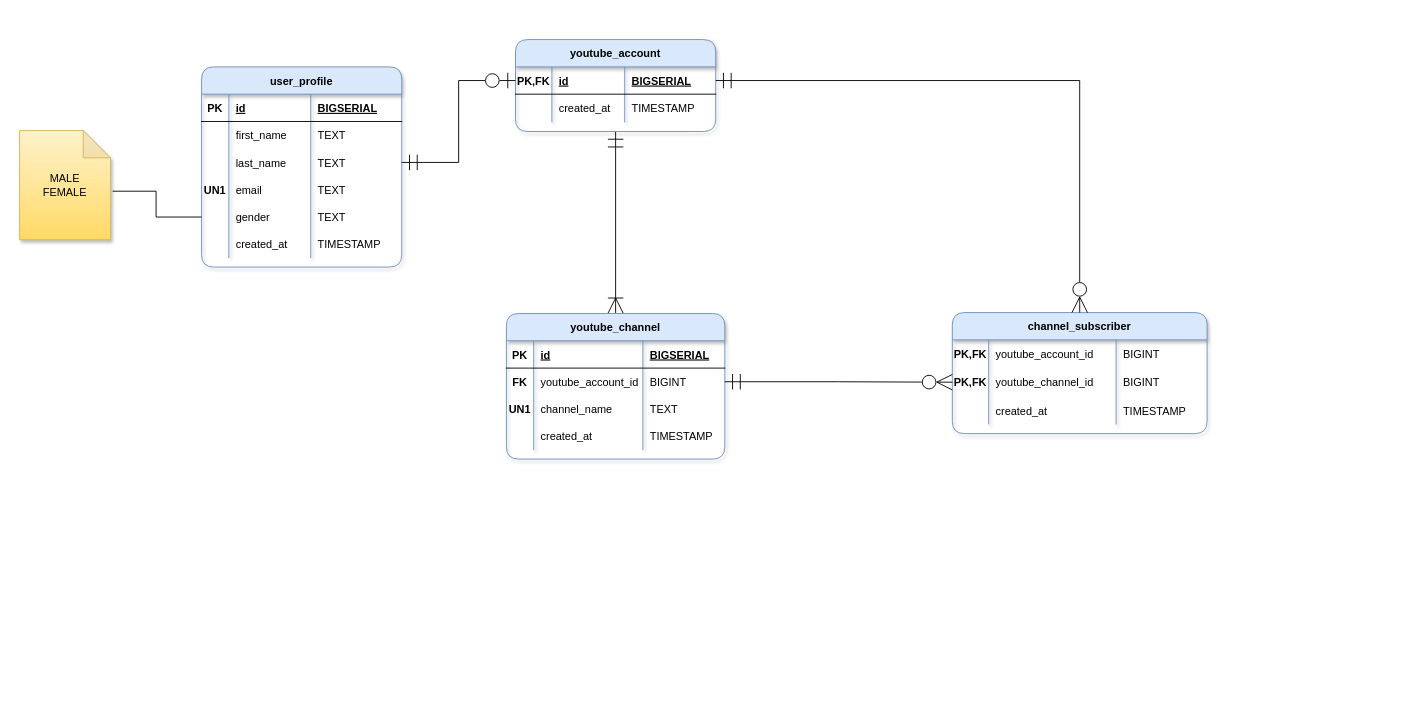
Earlier version of the draw.io diagram page "ERD" (3 of 3) of ERD/Youtube Database Design.drawio (osman-software-engineer/sql-project-3). Source tidied: cells renumbered, new cells numbered last; positions are measured from the earlier drawing's top-left corner, leaving out a move shared by most shapes. Both pictures are drawn from the tidied source at 91%, with x=0, y=0 at pixel (19, 39).
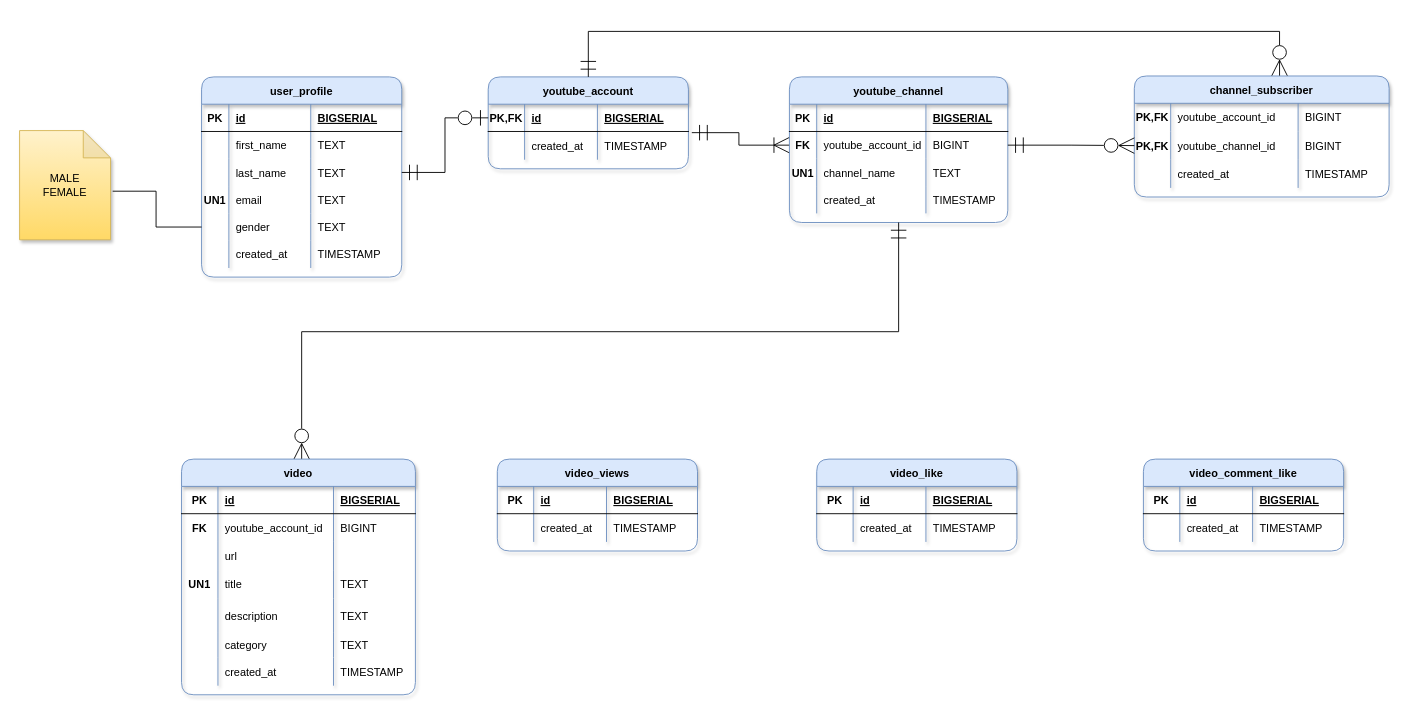
The same page after the edit.

Unchanged cells that the change refers to:
```xml
<mxCell id="32" style="shape=tableRow;horizontal=0;startSize=0;swimlaneHead=0;swimlaneBody=0;fillColor=none;points=[[0,0.5],[1,0.5]];portConstraint=eastwest;top=0;left=0;right=0;bottom=1;" parent="31" vertex="1">
  <mxGeometry y="30" width="220" height="30" as="geometry" />
</mxCell>
<mxCell id="36" style="shape=tableRow;horizontal=0;startSize=0;swimlaneHead=0;swimlaneBody=0;fillColor=none;points=[[0,0.5],[1,0.5]];portConstraint=eastwest;top=0;left=0;right=0;bottom=0;" parent="31" vertex="1">
  <mxGeometry y="60" width="220" height="31" as="geometry" />
</mxCell>
<mxCell id="45" style="shape=tableRow;horizontal=0;startSize=0;swimlaneHead=0;swimlaneBody=0;fillColor=none;points=[[0,0.5],[1,0.5]];portConstraint=eastwest;top=0;left=0;right=0;bottom=0;" parent="40" vertex="1">
  <mxGeometry y="60" width="240" height="30" as="geometry" />
</mxCell>
<mxCell id="63" style="shape=tableRow;horizontal=0;startSize=0;swimlaneHead=0;swimlaneBody=0;fillColor=none;points=[[0,0.5],[1,0.5]];portConstraint=eastwest;top=0;left=0;right=0;bottom=0;" parent="58" vertex="1">
  <mxGeometry y="61" width="280" height="31" as="geometry" />
</mxCell>
```

What changed in the source:
```diff
@@
     <mxCell id="3" value="user_profile" style="shape=table;startSize=30;childLayout=tableLayout;rowLines=0;fontStyle=1;align=center;rounded=1;swimlaneLine=1;fillColor=#dae8fc;strokeColor=#6c8ebf;shadow=1;sketch=0;" parent="1" vertex="1">
-      <mxGeometry x="200" y="30" width="220" height="220" as="geometry" />
+      <mxGeometry x="200" y="41" width="220" height="220" as="geometry" />
     </mxCell>
@@
-    <mxCell id="30" style="edgeStyle=orthogonalEdgeStyle;rounded=0;jettySize=auto;html=1;exitX=0.5;exitY=1;exitDx=0;exitDy=0;endArrow=ERoneToMany;endFill=0;endSize=15;startArrow=ERmandOne;startFill=0;startSize=15;entryX=0.5;entryY=0;entryDx=0;entryDy=0;" parent="1" edge="1" source="31" target="40">
+    <mxCell id="30" style="edgeStyle=orthogonalEdgeStyle;rounded=0;jettySize=auto;html=1;exitX=1.017;exitY=0.041;exitDx=0;exitDy=0;endArrow=ERoneToMany;endFill=0;endSize=15;startArrow=ERmandOne;startFill=0;startSize=15;entryX=0;entryY=0.5;entryDx=0;entryDy=0;exitPerimeter=0;" parent="1" edge="1" source="36" target="45">
       <mxGeometry relative="1" as="geometry" />
     </mxCell>
     <mxCell id="31" value="youtube_account" style="shape=table;startSize=30;childLayout=tableLayout;rowLines=0;fontStyle=1;align=center;rounded=1;swimlaneLine=1;fillColor=#dae8fc;strokeColor=#6c8ebf;shadow=1;sketch=0;" parent="1" vertex="1">
-      <mxGeometry x="545" width="220" height="101" as="geometry" />
+      <mxGeometry x="515" y="41" width="220" height="101" as="geometry" />
     </mxCell>
@@
     <mxCell id="40" value="youtube_channel" style="shape=table;startSize=30;childLayout=tableLayout;rowLines=0;fontStyle=1;align=center;rounded=1;swimlaneLine=1;fillColor=#dae8fc;strokeColor=#6c8ebf;shadow=1;sketch=0;" parent="1" vertex="1">
-      <mxGeometry x="535" y="301" width="240" height="160" as="geometry" />
+      <mxGeometry x="846" y="41" width="240" height="160" as="geometry" />
     </mxCell>
@@
     <mxCell id="58" value="channel_subscriber" style="shape=table;startSize=30;childLayout=tableLayout;rowLines=0;fontStyle=1;align=center;rounded=1;swimlaneLine=1;fillColor=#dae8fc;strokeColor=#6c8ebf;shadow=1;sketch=0;" parent="1" vertex="1">
-      <mxGeometry x="1025" y="300" width="280" height="133" as="geometry" />
+      <mxGeometry x="1225" y="40" width="280" height="133" as="geometry" />
     </mxCell>
@@
-    <mxCell id="71" style="edgeStyle=orthogonalEdgeStyle;rounded=0;jettySize=auto;html=1;strokeWidth=1;startArrow=ERmandOne;startFill=0;endArrow=ERzeroToMany;endFill=0;endSize=15;startSize=15;" parent="1" edge="1" source="32" target="58">
-      <mxGeometry relative="1" as="geometry" />
+    <mxCell id="71" style="edgeStyle=orthogonalEdgeStyle;rounded=0;jettySize=auto;html=1;strokeWidth=1;startArrow=ERmandOne;startFill=0;endArrow=ERzeroToMany;endFill=0;endSize=15;startSize=15;entryX=0.57;entryY=-0.003;entryDx=0;entryDy=0;entryPerimeter=0;" parent="1" edge="1" target="58">
+      <mxGeometry relative="1" as="geometry">
+        <mxPoint x="625" y="41" as="sourcePoint" />
+        <Array as="points">
+          <mxPoint x="625" y="-9" />
+          <mxPoint x="1385" y="-9" />
+        </Array>
+      </mxGeometry>
     </mxCell>
-    <mxCell id="72" style="edgeStyle=orthogonalEdgeStyle;rounded=0;jettySize=auto;html=1;strokeWidth=1;startArrow=ERmandOne;startFill=0;endArrow=ERzeroToMany;endFill=0;endSize=15;startSize=15;" parent="1" edge="1" source="45" target="63">
+    <mxCell id="72" style="edgeStyle=orthogonalEdgeStyle;rounded=0;jettySize=auto;html=1;strokeWidth=1;startArrow=ERmandOne;startFill=0;endArrow=ERzeroToMany;endFill=0;endSize=15;startSize=15;entryX=0;entryY=0.5;entryDx=0;entryDy=0;exitX=1;exitY=0.5;exitDx=0;exitDy=0;" parent="1" edge="1" source="45" target="63">
       <mxGeometry relative="1" as="geometry" />
     </mxCell>
+    <mxCell id="73" style="edgeStyle=orthogonalEdgeStyle;rounded=0;jettySize=auto;html=1;entryX=0.5;entryY=1;entryDx=0;entryDy=0;endArrow=ERmandOne;endFill=0;startArrow=ERzeroToMany;startFill=0;endSize=15;startSize=15;" parent="1" edge="1" source="74" target="40">
+      <mxGeometry relative="1" as="geometry">
+        <Array as="points">
+          <mxPoint x="310" y="321" />
+          <mxPoint x="966" y="321" />
+        </Array>
+      </mxGeometry>
+    </mxCell>
+    <mxCell id="74" value="video" style="shape=table;startSize=30;childLayout=tableLayout;rowLines=0;fontStyle=1;align=center;rounded=1;swimlaneLine=1;fillColor=#dae8fc;strokeColor=#6c8ebf;shadow=1;sketch=0;" parent="1" vertex="1">
+      <mxGeometry x="178" y="461" width="257" height="259" as="geometry" />
+    </mxCell>
+    <mxCell id="75" style="shape=tableRow;horizontal=0;startSize=0;swimlaneHead=0;swimlaneBody=0;fillColor=none;top=0;left=0;right=0;bottom=1;" parent="74" vertex="1">
+      <mxGeometry y="30" width="257" height="30" as="geometry" />
+    </mxCell>
+    <mxCell id="76" value="PK" style="shape=partialRectangle;fillColor=none;top=0;left=0;bottom=0;right=0;fontStyle=1;overflow=hidden;" parent="75" vertex="1">
+      <mxGeometry width="40" height="30" as="geometry" />
+    </mxCell>
+    <mxCell id="77" value="id" style="shape=partialRectangle;fillColor=none;top=0;left=0;bottom=0;right=0;align=left;spacingLeft=6;fontStyle=5;overflow=hidden;" parent="75" vertex="1">
+      <mxGeometry x="40" width="127" height="30" as="geometry" />
+    </mxCell>
+    <mxCell id="78" value="BIGSERIAL" style="shape=partialRectangle;fillColor=none;top=0;left=0;bottom=0;right=0;align=left;spacingLeft=6;fontStyle=5;overflow=hidden;" parent="75" vertex="1">
+      <mxGeometry x="167" width="90" height="30" as="geometry" />
+    </mxCell>
+    <mxCell id="79" style="shape=tableRow;horizontal=0;startSize=0;swimlaneHead=0;swimlaneBody=0;fillColor=none;top=0;left=0;right=0;bottom=0;" parent="74" vertex="1">
+      <mxGeometry y="60" width="257" height="31" as="geometry" />
+    </mxCell>
+    <mxCell id="80" value="FK" style="shape=partialRectangle;fillColor=none;top=0;left=0;bottom=0;right=0;overflow=hidden;fontStyle=1;" parent="79" vertex="1">
+      <mxGeometry width="40" height="31" as="geometry" />
+    </mxCell>
+    <mxCell id="81" value="youtube_account_id" style="shape=partialRectangle;fillColor=none;top=0;left=0;bottom=0;right=0;align=left;spacingLeft=6;overflow=hidden;" parent="79" vertex="1">
+      <mxGeometry x="40" width="127" height="31" as="geometry" />
+    </mxCell>
+    <mxCell id="82" value="BIGINT" style="shape=partialRectangle;fillColor=none;top=0;left=0;bottom=0;right=0;align=left;spacingLeft=6;overflow=hidden;" parent="79" vertex="1">
+      <mxGeometry x="167" width="90" height="31" as="geometry" />
+    </mxCell>
+    <mxCell id="83" style="shape=tableRow;horizontal=0;startSize=0;swimlaneHead=0;swimlaneBody=0;fillColor=none;top=0;left=0;right=0;bottom=0;" parent="74" vertex="1">
+      <mxGeometry y="91" width="257" height="31" as="geometry" />
+    </mxCell>
+    <mxCell id="84" style="shape=partialRectangle;fillColor=none;top=0;left=0;bottom=0;right=0;overflow=hidden;fontStyle=1;" parent="83" vertex="1">
+      <mxGeometry width="40" height="31" as="geometry" />
+    </mxCell>
+    <mxCell id="85" value="url" style="shape=partialRectangle;fillColor=none;top=0;left=0;bottom=0;right=0;align=left;spacingLeft=6;overflow=hidden;" parent="83" vertex="1">
+      <mxGeometry x="40" width="127" height="31" as="geometry" />
+    </mxCell>
+    <mxCell id="86" style="shape=partialRectangle;fillColor=none;top=0;left=0;bottom=0;right=0;align=left;spacingLeft=6;overflow=hidden;" parent="83" vertex="1">
+      <mxGeometry x="167" width="90" height="31" as="geometry" />
+    </mxCell>
+    <mxCell id="87" style="shape=tableRow;horizontal=0;startSize=0;swimlaneHead=0;swimlaneBody=0;fillColor=none;top=0;left=0;right=0;bottom=0;" parent="74" vertex="1">
+      <mxGeometry y="122" width="257" height="31" as="geometry" />
+    </mxCell>
+    <mxCell id="88" value="UN1" style="shape=partialRectangle;fillColor=none;top=0;left=0;bottom=0;right=0;overflow=hidden;fontStyle=1;" parent="87" vertex="1">
+      <mxGeometry width="40" height="31" as="geometry" />
+    </mxCell>
+    <mxCell id="89" value="title" style="shape=partialRectangle;fillColor=none;top=0;left=0;bottom=0;right=0;align=left;spacingLeft=6;overflow=hidden;" parent="87" vertex="1">
+      <mxGeometry x="40" width="127" height="31" as="geometry" />
+    </mxCell>
+    <mxCell id="90" value="TEXT" style="shape=partialRectangle;fillColor=none;top=0;left=0;bottom=0;right=0;align=left;spacingLeft=6;overflow=hidden;" parent="87" vertex="1">
+      <mxGeometry x="167" width="90" height="31" as="geometry" />
+    </mxCell>
+    <mxCell id="91" style="shape=tableRow;horizontal=0;startSize=0;swimlaneHead=0;swimlaneBody=0;fillColor=none;top=0;left=0;right=0;bottom=0;" parent="74" vertex="1">
+      <mxGeometry y="153" width="257" height="38" as="geometry" />
+    </mxCell>
+    <mxCell id="92" style="shape=partialRectangle;fillColor=none;top=0;left=0;bottom=0;right=0;overflow=hidden;" parent="91" vertex="1">
+      <mxGeometry width="40" height="38" as="geometry" />
+    </mxCell>
+    <mxCell id="93" value="description" style="shape=partialRectangle;fillColor=none;top=0;left=0;bottom=0;right=0;align=left;spacingLeft=6;overflow=hidden;" parent="91" vertex="1">
+      <mxGeometry x="40" width="127" height="38" as="geometry" />
+    </mxCell>
+    <mxCell id="94" value="TEXT" style="shape=partialRectangle;fillColor=none;top=0;left=0;bottom=0;right=0;align=left;spacingLeft=6;overflow=hidden;" parent="91" vertex="1">
+      <mxGeometry x="167" width="90" height="38" as="geometry" />
+    </mxCell>
+    <mxCell id="95" style="shape=tableRow;horizontal=0;startSize=0;swimlaneHead=0;swimlaneBody=0;fillColor=none;top=0;left=0;right=0;bottom=0;" parent="74" vertex="1">
+      <mxGeometry y="191" width="257" height="27" as="geometry" />
+    </mxCell>
+    <mxCell id="96" style="shape=partialRectangle;fillColor=none;top=0;left=0;bottom=0;right=0;overflow=hidden;" parent="95" vertex="1">
+      <mxGeometry width="40" height="27" as="geometry" />
+    </mxCell>
+    <mxCell id="97" value="category" style="shape=partialRectangle;fillColor=none;top=0;left=0;bottom=0;right=0;align=left;spacingLeft=6;overflow=hidden;" parent="95" vertex="1">
+      <mxGeometry x="40" width="127" height="27" as="geometry" />
+    </mxCell>
+    <mxCell id="98" value="TEXT" style="shape=partialRectangle;fillColor=none;top=0;left=0;bottom=0;right=0;align=left;spacingLeft=6;overflow=hidden;" parent="95" vertex="1">
+      <mxGeometry x="167" width="90" height="27" as="geometry" />
+    </mxCell>
+    <mxCell id="99" style="shape=tableRow;horizontal=0;startSize=0;swimlaneHead=0;swimlaneBody=0;fillColor=none;top=0;left=0;right=0;bottom=0;" parent="74" vertex="1">
+      <mxGeometry y="218" width="257" height="31" as="geometry" />
+    </mxCell>
+    <mxCell id="100" style="shape=partialRectangle;fillColor=none;top=0;left=0;bottom=0;right=0;overflow=hidden;" parent="99" vertex="1">
+      <mxGeometry width="40" height="31" as="geometry" />
+    </mxCell>
+    <mxCell id="101" value="created_at" style="shape=partialRectangle;fillColor=none;top=0;left=0;bottom=0;right=0;align=left;spacingLeft=6;overflow=hidden;" parent="99" vertex="1">
+      <mxGeometry x="40" width="127" height="31" as="geometry" />
+    </mxCell>
+    <mxCell id="102" value="TIMESTAMP" style="shape=partialRectangle;fillColor=none;top=0;left=0;bottom=0;right=0;align=left;spacingLeft=6;overflow=hidden;" parent="99" vertex="1">
+      <mxGeometry x="167" width="90" height="31" as="geometry" />
+    </mxCell>
+    <mxCell id="103" value="video_views" style="shape=table;startSize=30;childLayout=tableLayout;rowLines=0;fontStyle=1;align=center;rounded=1;swimlaneLine=1;fillColor=#dae8fc;strokeColor=#6c8ebf;shadow=1;sketch=0;" parent="1" vertex="1">
+      <mxGeometry x="525" y="461" width="220" height="101" as="geometry" />
+    </mxCell>
+    <mxCell id="104" style="shape=tableRow;horizontal=0;startSize=0;swimlaneHead=0;swimlaneBody=0;fillColor=none;top=0;left=0;right=0;bottom=1;" parent="103" vertex="1">
+      <mxGeometry y="30" width="220" height="30" as="geometry" />
+    </mxCell>
+    <mxCell id="105" value="PK" style="shape=partialRectangle;fillColor=none;top=0;left=0;bottom=0;right=0;fontStyle=1;overflow=hidden;" parent="104" vertex="1">
+      <mxGeometry width="40" height="30" as="geometry" />
+    </mxCell>
+    <mxCell id="106" value="id" style="shape=partialRectangle;fillColor=none;top=0;left=0;bottom=0;right=0;align=left;spacingLeft=6;fontStyle=5;overflow=hidden;" parent="104" vertex="1">
+      <mxGeometry x="40" width="80" height="30" as="geometry" />
+    </mxCell>
+    <mxCell id="107" value="BIGSERIAL" style="shape=partialRectangle;fillColor=none;top=0;left=0;bottom=0;right=0;align=left;spacingLeft=6;fontStyle=5;overflow=hidden;" parent="104" vertex="1">
+      <mxGeometry x="120" width="100" height="30" as="geometry" />
+    </mxCell>
+    <mxCell id="108" style="shape=tableRow;horizontal=0;startSize=0;swimlaneHead=0;swimlaneBody=0;fillColor=none;top=0;left=0;right=0;bottom=0;" parent="103" vertex="1">
+      <mxGeometry y="60" width="220" height="31" as="geometry" />
+    </mxCell>
+    <mxCell id="109" style="shape=partialRectangle;fillColor=none;top=0;left=0;bottom=0;right=0;overflow=hidden;" parent="108" vertex="1">
+      <mxGeometry width="40" height="31" as="geometry" />
+    </mxCell>
+    <mxCell id="110" value="created_at" style="shape=partialRectangle;fillColor=none;top=0;left=0;bottom=0;right=0;align=left;spacingLeft=6;overflow=hidden;" parent="108" vertex="1">
+      <mxGeometry x="40" width="80" height="31" as="geometry" />
+    </mxCell>
+    <mxCell id="111" value="TIMESTAMP" style="shape=partialRectangle;fillColor=none;top=0;left=0;bottom=0;right=0;align=left;spacingLeft=6;overflow=hidden;" parent="108" vertex="1">
+      <mxGeometry x="120" width="100" height="31" as="geometry" />
+    </mxCell>
+    <mxCell id="112" value="video_like" style="shape=table;startSize=30;childLayout=tableLayout;rowLines=0;fontStyle=1;align=center;rounded=1;swimlaneLine=1;fillColor=#dae8fc;strokeColor=#6c8ebf;shadow=1;sketch=0;" parent="1" vertex="1">
+      <mxGeometry x="876" y="461" width="220" height="101" as="geometry" />
+    </mxCell>
+    <mxCell id="113" style="shape=tableRow;horizontal=0;startSize=0;swimlaneHead=0;swimlaneBody=0;fillColor=none;top=0;left=0;right=0;bottom=1;" parent="112" vertex="1">
+      <mxGeometry y="30" width="220" height="30" as="geometry" />
+    </mxCell>
+    <mxCell id="114" value="PK" style="shape=partialRectangle;fillColor=none;top=0;left=0;bottom=0;right=0;fontStyle=1;overflow=hidden;" parent="113" vertex="1">
+      <mxGeometry width="40" height="30" as="geometry" />
+    </mxCell>
+    <mxCell id="115" value="id" style="shape=partialRectangle;fillColor=none;top=0;left=0;bottom=0;right=0;align=left;spacingLeft=6;fontStyle=5;overflow=hidden;" parent="113" vertex="1">
+      <mxGeometry x="40" width="80" height="30" as="geometry" />
+    </mxCell>
+    <mxCell id="116" value="BIGSERIAL" style="shape=partialRectangle;fillColor=none;top=0;left=0;bottom=0;right=0;align=left;spacingLeft=6;fontStyle=5;overflow=hidden;" parent="113" vertex="1">
+      <mxGeometry x="120" width="100" height="30" as="geometry" />
+    </mxCell>
+    <mxCell id="117" style="shape=tableRow;horizontal=0;startSize=0;swimlaneHead=0;swimlaneBody=0;fillColor=none;top=0;left=0;right=0;bottom=0;" parent="112" vertex="1">
+      <mxGeometry y="60" width="220" height="31" as="geometry" />
+    </mxCell>
+    <mxCell id="118" style="shape=partialRectangle;fillColor=none;top=0;left=0;bottom=0;right=0;overflow=hidden;" parent="117" vertex="1">
+      <mxGeometry width="40" height="31" as="geometry" />
+    </mxCell>
+    <mxCell id="119" value="created_at" style="shape=partialRectangle;fillColor=none;top=0;left=0;bottom=0;right=0;align=left;spacingLeft=6;overflow=hidden;" parent="117" vertex="1">
+      <mxGeometry x="40" width="80" height="31" as="geometry" />
+    </mxCell>
+    <mxCell id="120" value="TIMESTAMP" style="shape=partialRectangle;fillColor=none;top=0;left=0;bottom=0;right=0;align=left;spacingLeft=6;overflow=hidden;" parent="117" vertex="1">
+      <mxGeometry x="120" width="100" height="31" as="geometry" />
+    </mxCell>
+    <mxCell id="121" value="video_comment_like" style="shape=table;startSize=30;childLayout=tableLayout;rowLines=0;fontStyle=1;align=center;rounded=1;swimlaneLine=1;fillColor=#dae8fc;strokeColor=#6c8ebf;shadow=1;sketch=0;" parent="1" vertex="1">
+      <mxGeometry x="1235" y="461" width="220" height="101" as="geometry" />
+    </mxCell>
+    <mxCell id="122" style="shape=tableRow;horizontal=0;startSize=0;swimlaneHead=0;swimlaneBody=0;fillColor=none;top=0;left=0;right=0;bottom=1;" parent="121" vertex="1">
+      <mxGeometry y="30" width="220" height="30" as="geometry" />
+    </mxCell>
+    <mxCell id="123" value="PK" style="shape=partialRectangle;fillColor=none;top=0;left=0;bottom=0;right=0;fontStyle=1;overflow=hidden;" parent="122" vertex="1">
+      <mxGeometry width="40" height="30" as="geometry" />
+    </mxCell>
+    <mxCell id="124" value="id" style="shape=partialRectangle;fillColor=none;top=0;left=0;bottom=0;right=0;align=left;spacingLeft=6;fontStyle=5;overflow=hidden;" parent="122" vertex="1">
+      <mxGeometry x="40" width="80" height="30" as="geometry" />
+    </mxCell>
+    <mxCell id="125" value="BIGSERIAL" style="shape=partialRectangle;fillColor=none;top=0;left=0;bottom=0;right=0;align=left;spacingLeft=6;fontStyle=5;overflow=hidden;" parent="122" vertex="1">
+      <mxGeometry x="120" width="100" height="30" as="geometry" />
+    </mxCell>
+    <mxCell id="126" style="shape=tableRow;horizontal=0;startSize=0;swimlaneHead=0;swimlaneBody=0;fillColor=none;top=0;left=0;right=0;bottom=0;" parent="121" vertex="1">
+      <mxGeometry y="60" width="220" height="31" as="geometry" />
+    </mxCell>
+    <mxCell id="127" style="shape=partialRectangle;fillColor=none;top=0;left=0;bottom=0;right=0;overflow=hidden;" parent="126" vertex="1">
+      <mxGeometry width="40" height="31" as="geometry" />
+    </mxCell>
+    <mxCell id="128" value="created_at" style="shape=partialRectangle;fillColor=none;top=0;left=0;bottom=0;right=0;align=left;spacingLeft=6;overflow=hidden;" parent="126" vertex="1">
+      <mxGeometry x="40" width="80" height="31" as="geometry" />
+    </mxCell>
+    <mxCell id="129" value="TIMESTAMP" style="shape=partialRectangle;fillColor=none;top=0;left=0;bottom=0;right=0;align=left;spacingLeft=6;overflow=hidden;" parent="126" vertex="1">
+      <mxGeometry x="120" width="100" height="31" as="geometry" />
+    </mxCell>
```
